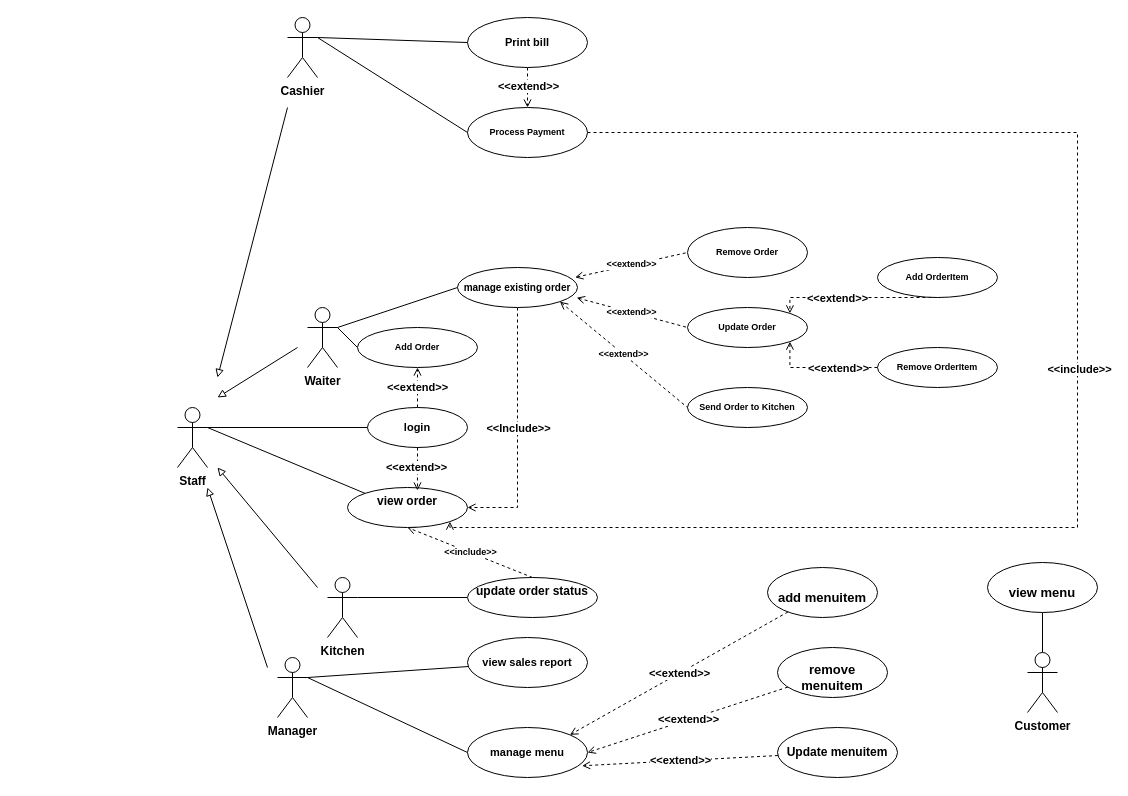
Earlier version of the draw.io diagram page "Page-1" (1 of 2) of Restaurant_usecase.drawio (hoangda24312/Restaurant-Management-Group-Project). Source tidied: cells renumbered, new cells numbered last; positions are measured from the earlier drawing's top-left corner, leaving out a move shared by most shapes. Both pictures are drawn from the tidied source at 100%, with x=0, y=0 at pixel (177, 17).
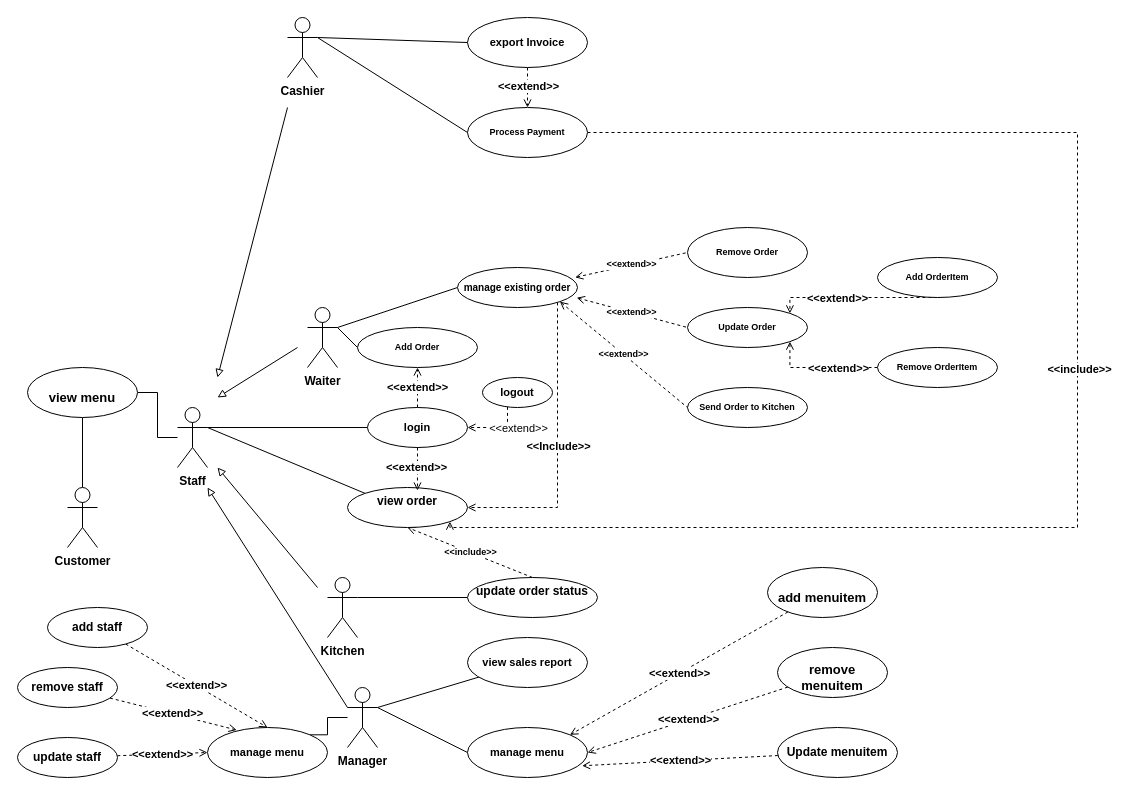
Above is the later version.

Commit message:
+them use case

The change refers to these unchanged cells:
```xml
<mxCell id="17" value="Staff" style="shape=umlActor;verticalLabelPosition=bottom;verticalAlign=top;html=1;outlineConnect=0;fontColor=default;fontStyle=1;" parent="1" vertex="1">
  <mxGeometry y="390" width="30" height="60" as="geometry" />
</mxCell>
<mxCell id="25" value="&lt;span style=&quot;&quot;&gt;&lt;font style=&quot;font-size: 12px;&quot;&gt;view order&lt;/font&gt;&lt;/span&gt;" style="ellipse;whiteSpace=wrap;html=1;fontSize=9;verticalAlign=top;align=center;fontStyle=1;" parent="1" vertex="1">
  <mxGeometry x="170" y="470" width="120" height="40" as="geometry" />
</mxCell>
<mxCell id="28" value="&lt;p&gt;&lt;span&gt;&lt;font style=&quot;font-size: 10px;&quot;&gt;manage existing order&lt;/font&gt;&lt;/span&gt;&lt;/p&gt;" style="ellipse;whiteSpace=wrap;html=1;fontStyle=1;fontSize=9;" parent="1" vertex="1">
  <mxGeometry x="280" y="250" width="120" height="40" as="geometry" />
</mxCell>
<mxCell id="33" value="&lt;font style=&quot;font-size: 11px;&quot;&gt;login&lt;/font&gt;" style="ellipse;whiteSpace=wrap;html=1;fontStyle=1;fontSize=9;" parent="1" vertex="1">
  <mxGeometry x="190" y="390" width="100" height="40" as="geometry" />
</mxCell>
```

Change to the diagram source:
```diff
@@
-    <mxCell id="2" style="rounded=0;orthogonalLoop=1;jettySize=auto;html=1;endArrow=block;endFill=0;fontStyle=1;" parent="1" edge="1">
+    <mxCell id="2" style="rounded=0;jettySize=auto;html=1;endArrow=block;endFill=0;fontStyle=1;exitX=0;exitY=0.3333333333333333;exitDx=0;exitDy=0;exitPerimeter=0;" parent="1" edge="1" source="5">
       <mxGeometry relative="1" as="geometry">
-        <mxPoint x="90" y="650" as="sourcePoint" />
         <mxPoint x="30" y="470" as="targetPoint" />
       </mxGeometry>
     </mxCell>
@@
+    <mxCell id="62" style="edgeStyle=orthogonalEdgeStyle;rounded=0;jettySize=auto;html=1;entryX=1;entryY=0;entryDx=0;entryDy=0;endArrow=none;endFill=0;" parent="1" edge="1" source="5" target="64">
+      <mxGeometry relative="1" as="geometry" />
+    </mxCell>
     <mxCell id="5" value="Manager" style="shape=umlActor;verticalLabelPosition=bottom;verticalAlign=top;html=1;outlineConnect=0;fontColor=default;fontStyle=1;" parent="1" vertex="1">
-      <mxGeometry x="100" y="640" width="30" height="60" as="geometry" />
+      <mxGeometry x="170" y="670" width="30" height="60" as="geometry" />
     </mxCell>
@@
+    <mxCell id="63" style="edgeStyle=orthogonalEdgeStyle;rounded=0;jettySize=auto;html=1;entryX=1;entryY=0.5;entryDx=0;entryDy=0;endArrow=none;endFill=0;" parent="1" edge="1" source="17" target="55">
+      <mxGeometry relative="1" as="geometry" />
+    </mxCell>
@@
     <mxCell id="26" style="edgeStyle=orthogonalEdgeStyle;rounded=0;jettySize=auto;html=1;entryX=1;entryY=0.5;entryDx=0;entryDy=0;endArrow=open;endFill=0;dashed=1;fontStyle=1;" parent="1" edge="1" source="28" target="25">
-      <mxGeometry relative="1" as="geometry" />
+      <mxGeometry relative="1" as="geometry">
+        <Array as="points">
+          <mxPoint x="380" y="490" />
+        </Array>
+      </mxGeometry>
     </mxCell>
@@
-    <mxCell id="52" value="&lt;div&gt;&lt;font style=&quot;font-size: 11px;&quot;&gt;Print bill&lt;/font&gt;&lt;/div&gt;" style="ellipse;whiteSpace=wrap;html=1;fontSize=9;fontColor=default;fontStyle=1;" parent="1" vertex="1">
+    <mxCell id="52" value="&lt;span style=&quot;font-size: 11px;&quot;&gt;export Invoice&lt;/span&gt;" style="ellipse;whiteSpace=wrap;html=1;fontSize=9;fontColor=default;fontStyle=1;" parent="1" vertex="1">
       <mxGeometry x="290" width="120" height="50" as="geometry" />
     </mxCell>
@@
     <mxCell id="54" value="Customer" style="shape=umlActor;verticalLabelPosition=bottom;verticalAlign=top;html=1;outlineConnect=0;fontColor=default;fontStyle=1;" parent="1" vertex="1">
-      <mxGeometry x="850" y="635" width="30" height="60" as="geometry" />
+      <mxGeometry x="-110" y="470" width="30" height="60" as="geometry" />
     </mxCell>
     <mxCell id="55" value="&lt;br&gt;&lt;p&gt;&lt;font style=&quot;font-size: 13px;&quot;&gt;view menu&lt;/font&gt;&lt;/p&gt;" style="ellipse;whiteSpace=wrap;html=1;fontSize=9;verticalAlign=middle;fontStyle=1;" parent="1" vertex="1">
-      <mxGeometry x="810" y="545" width="110" height="50" as="geometry" />
+      <mxGeometry x="-150" y="350" width="110" height="50" as="geometry" />
     </mxCell>
@@
+    <mxCell id="64" value="&lt;br&gt;&lt;p&gt;&lt;font style=&quot;font-size: 11px;&quot;&gt;manage menu&lt;/font&gt;&lt;/p&gt;&lt;div&gt;&lt;br&gt;&lt;/div&gt;" style="ellipse;whiteSpace=wrap;html=1;fontSize=9;verticalAlign=middle;fontStyle=1;" parent="1" vertex="1">
+      <mxGeometry x="30" y="710" width="120" height="50" as="geometry" />
+    </mxCell>
+    <mxCell id="65" value="&amp;lt;&amp;lt;extend&amp;gt;&amp;gt;" style="rounded=0;jettySize=auto;html=1;endArrow=open;endFill=0;dashed=1;fontStyle=1;entryX=0.5;entryY=0;entryDx=0;entryDy=0;" parent="1" edge="1" source="66" target="64">
+      <mxGeometry relative="1" as="geometry" />
+    </mxCell>
+    <mxCell id="66" value="add staff" style="ellipse;whiteSpace=wrap;html=1;fontSize=12;verticalAlign=middle;fontStyle=1;" parent="1" vertex="1">
+      <mxGeometry x="-130" y="590" width="100" height="40" as="geometry" />
+    </mxCell>
+    <mxCell id="67" value="&amp;lt;&amp;lt;extend&amp;gt;&amp;gt;" style="rounded=0;jettySize=auto;html=1;entryX=0.244;entryY=0.051;entryDx=0;entryDy=0;endArrow=open;endFill=0;dashed=1;fontStyle=1;entryPerimeter=0;" parent="1" edge="1" source="68" target="64">
+      <mxGeometry relative="1" as="geometry" />
+    </mxCell>
+    <mxCell id="68" value="remove staff" style="ellipse;whiteSpace=wrap;html=1;fontSize=12;verticalAlign=middle;fontStyle=1;" parent="1" vertex="1">
+      <mxGeometry x="-160" y="650" width="100" height="40" as="geometry" />
+    </mxCell>
+    <mxCell id="69" value="&amp;lt;&amp;lt;extend&amp;gt;&amp;gt;" style="rounded=0;jettySize=auto;html=1;entryX=0;entryY=0.5;entryDx=0;entryDy=0;endArrow=open;endFill=0;dashed=1;fontStyle=1;" parent="1" edge="1" source="70" target="64">
+      <mxGeometry relative="1" as="geometry" />
+    </mxCell>
+    <mxCell id="70" value="&lt;font style=&quot;font-size: 12px;&quot;&gt;update staff&lt;/font&gt;" style="ellipse;whiteSpace=wrap;html=1;fontSize=9;verticalAlign=middle;fontStyle=1;" parent="1" vertex="1">
+      <mxGeometry x="-160" y="720" width="100" height="40" as="geometry" />
+    </mxCell>
+    <mxCell id="71" style="edgeStyle=orthogonalEdgeStyle;rounded=0;jettySize=auto;html=1;entryX=1;entryY=0.5;entryDx=0;entryDy=0;endArrow=open;endFill=0;dashed=1;" parent="1" edge="1" source="73" target="33">
+      <mxGeometry relative="1" as="geometry">
+        <Array as="points">
+          <mxPoint x="330" y="410" />
+        </Array>
+      </mxGeometry>
+    </mxCell>
+    <mxCell id="72" value="&amp;lt;&amp;lt;extend&amp;gt;&amp;gt;" style="edgeLabel;html=1;align=center;verticalAlign=middle;" parent="71" vertex="1">
+      <mxGeometry x="-0.48" y="1" relative="1" as="geometry">
+        <mxPoint x="9" y="5" as="offset" />
+      </mxGeometry>
+    </mxCell>
+    <mxCell id="73" value="&lt;font style=&quot;font-size: 11px;&quot;&gt;logout&lt;/font&gt;" style="ellipse;whiteSpace=wrap;html=1;fontStyle=1;fontSize=9;" parent="1" vertex="1">
+      <mxGeometry x="305" y="360" width="70" height="30" as="geometry" />
+    </mxCell>
```
